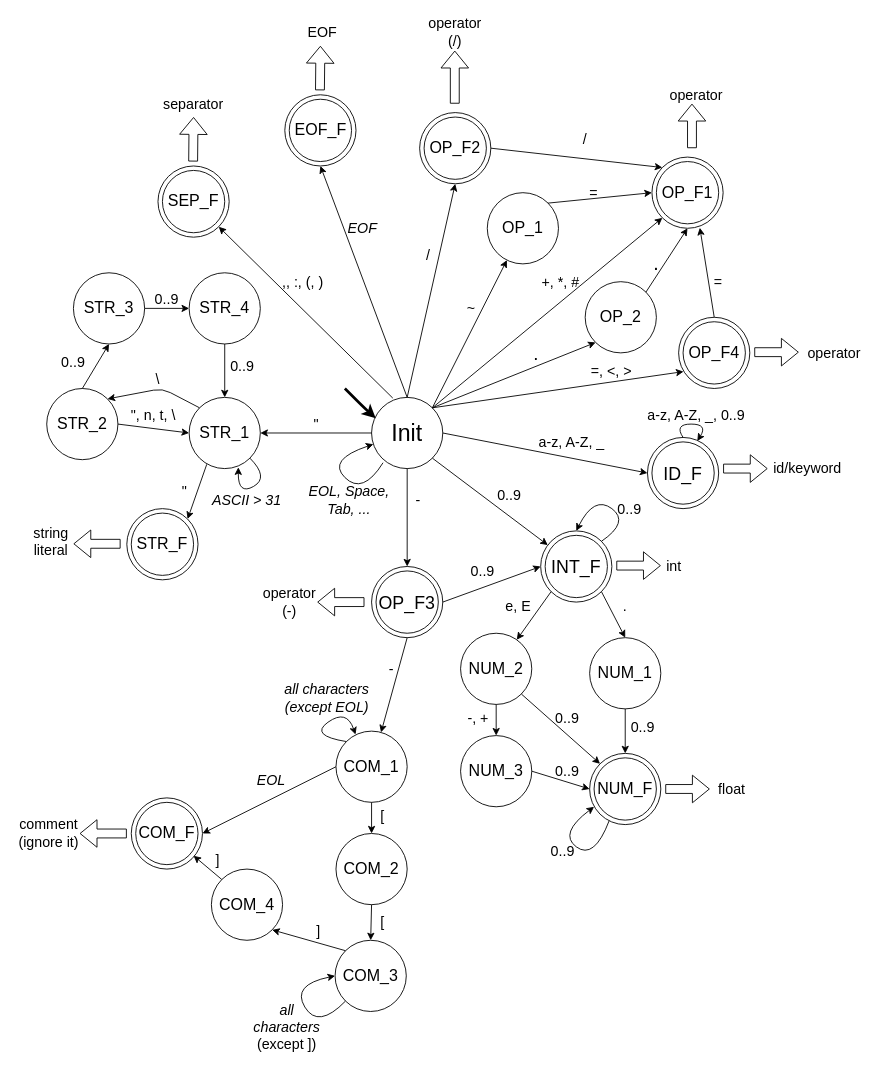
vojone/IFJ21 keeps this draw.io diagram as fsm.drawio. Above is the earlier version. Source tidied: cells renumbered, new cells numbered last; positions are measured from the earlier drawing's top-left corner, leaving out a move shared by most shapes. Both pictures are drawn from the tidied source at 89%, with x=0, y=0 at pixel (15, 23).
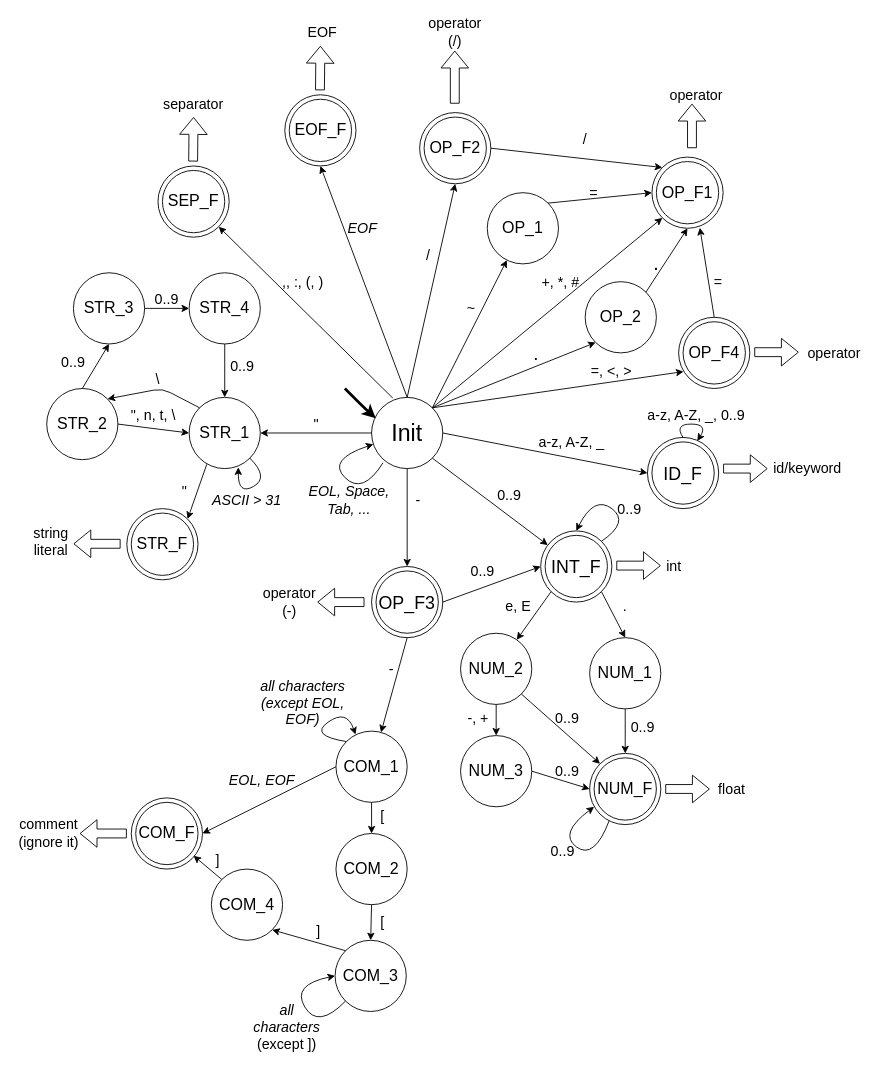
The same diagram, later.

Diff of the diagram source:
```diff
@@
-    <mxCell id="75" value="&lt;div&gt;&lt;i&gt;all characters&lt;/i&gt;&lt;/div&gt;&lt;div&gt;&lt;i&gt;(except EOL)&lt;br&gt;&lt;/i&gt;&lt;/div&gt;" style="text;html=1;strokeColor=none;fillColor=none;align=center;verticalAlign=middle;whiteSpace=wrap;rounded=0;fontSize=16;" parent="1" vertex="1">
-      <mxGeometry x="300" y="730" width="100" height="55" as="geometry" />
+    <mxCell id="75" value="&lt;div&gt;&lt;i&gt;all characters&lt;/i&gt;&lt;/div&gt;&lt;div&gt;&lt;i&gt;(except EOL, EOF)&lt;br&gt;&lt;/i&gt;&lt;/div&gt;" style="text;html=1;strokeColor=none;fillColor=none;align=center;verticalAlign=middle;whiteSpace=wrap;rounded=0;fontSize=16;" parent="1" vertex="1">
+      <mxGeometry x="270.5" y="735" width="104" height="55" as="geometry" />
     </mxCell>
@@
-    <mxCell id="77" value="EOL" style="text;html=1;strokeColor=none;fillColor=none;align=center;verticalAlign=middle;whiteSpace=wrap;rounded=0;fontSize=16;fontStyle=2;" parent="1" vertex="1">
-      <mxGeometry x="275" y="840" width="25" height="20" as="geometry" />
+    <mxCell id="77" value="EOL, EOF" style="text;html=1;strokeColor=none;fillColor=none;align=center;verticalAlign=middle;whiteSpace=wrap;rounded=0;fontSize=16;fontStyle=2;" parent="1" vertex="1">
+      <mxGeometry x="235" y="840" width="83.5" height="20" as="geometry" />
     </mxCell>
```
